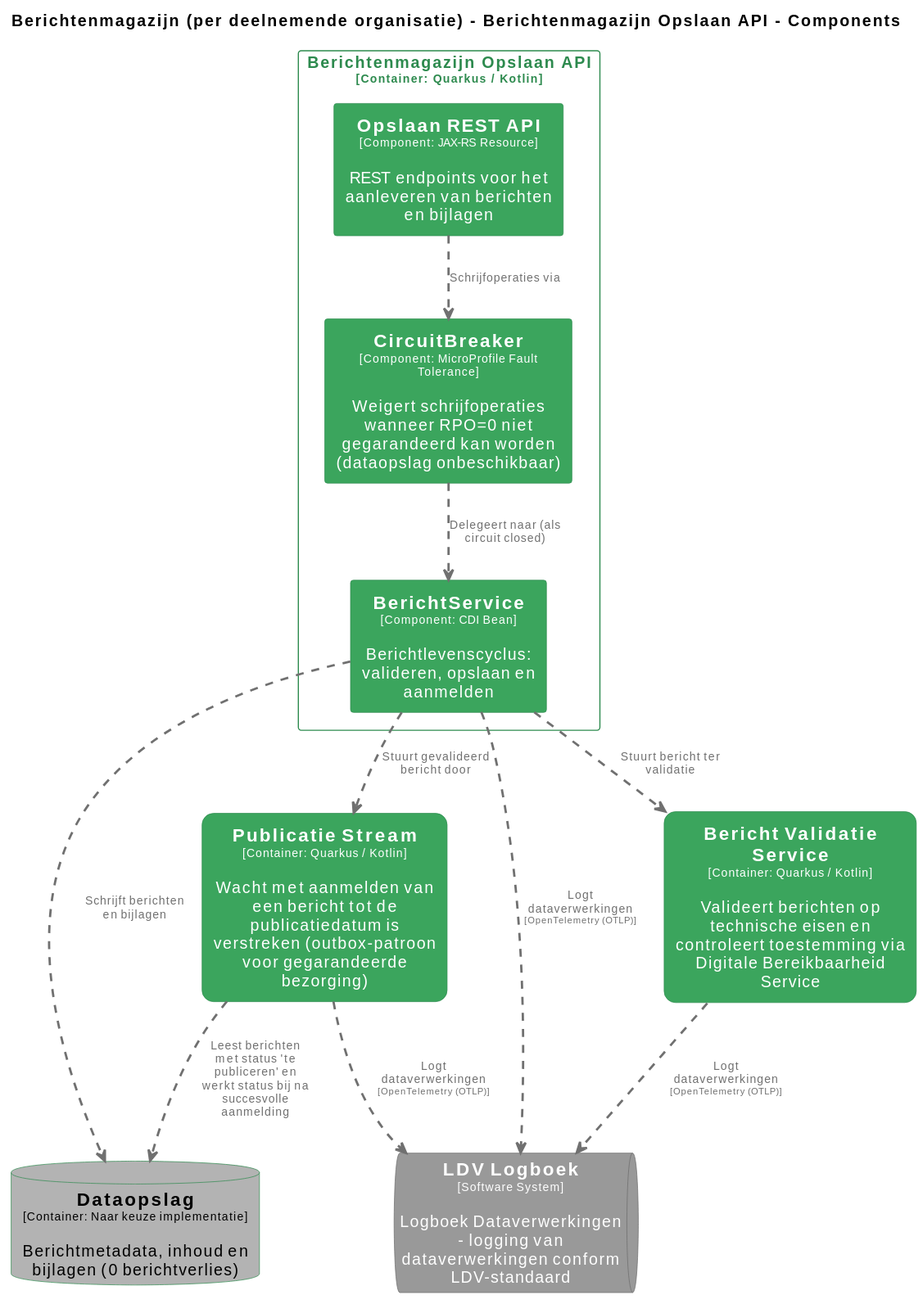
This is pr-preview/pr-22/master/svg/OpslaanAPIComponenten.svg from MinBZK/moza-poc-fbs-berichtenbox, a PlantUML export, as it was before one commit. Its source is kept beside it as pr-preview/pr-22/master/puml/OpslaanAPIComponenten.puml.
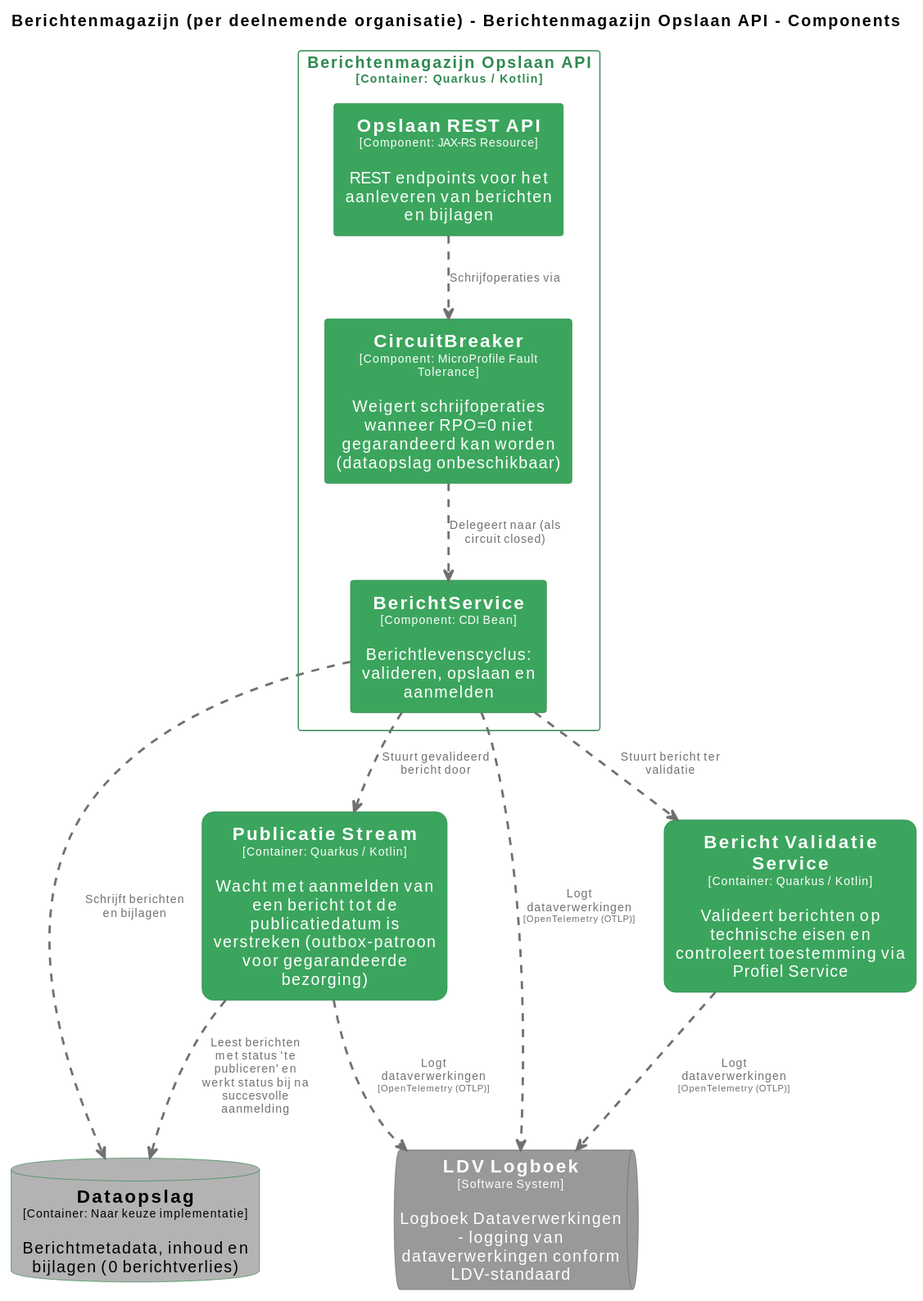
Above is the later version.

Diff of the diagram source:
```diff
@@ -66,7 +66,7 @@
 }
 
 database "==Dataopslag\n<size:10>[Container: Naar keuze implementatie]</size>\n\nBerichtmetadata, inhoud en bijlagen (0 berichtverlies)" <<Berichtenmagazijnperdeelnemendeorganisatie.Dataopslag>> as Berichtenmagazijnperdeelnemendeorganisatie.Dataopslag
-rectangle "==Bericht Validatie Service\n<size:10>[Container: Quarkus / Kotlin]</size>\n\nValideert berichten op technische eisen en controleert toestemming via Digitale Bereikbaarheid Service" <<Berichtenmagazijnperdeelnemendeorganisatie.BerichtValidatieService>> as Berichtenmagazijnperdeelnemendeorganisatie.BerichtValidatieService
+rectangle "==Bericht Validatie Service\n<size:10>[Container: Quarkus / Kotlin]</size>\n\nValideert berichten op technische eisen en controleert toestemming via Profiel Service" <<Berichtenmagazijnperdeelnemendeorganisatie.BerichtValidatieService>> as Berichtenmagazijnperdeelnemendeorganisatie.BerichtValidatieService
 rectangle "==Publicatie Stream\n<size:10>[Container: Quarkus / Kotlin]</size>\n\nWacht met aanmelden van een bericht tot de publicatiedatum is verstreken (outbox-patroon voor gegarandeerde bezorging)" <<Berichtenmagazijnperdeelnemendeorganisatie.PublicatieStream>> as Berichtenmagazijnperdeelnemendeorganisatie.PublicatieStream
 queue "==LDV Logboek\n<size:10>[Software System]</size>\n\nLogboek Dataverwerkingen - logging van dataverwerkingen conform LDV-standaard" <<LDVLogboek>> as LDVLogboek
 
```
